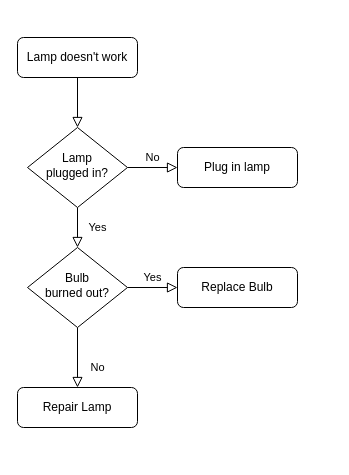
Above: bonefracture.drawio in gk201719nit/bruteforce-diagram (draw.io), before the change. Source tidied: cells renumbered, new cells numbered last; positions are measured from the earlier drawing's top-left corner, leaving out a move shared by most shapes. Both pictures are drawn from the tidied source at 100%, with x=0, y=0 at pixel (17, 37).
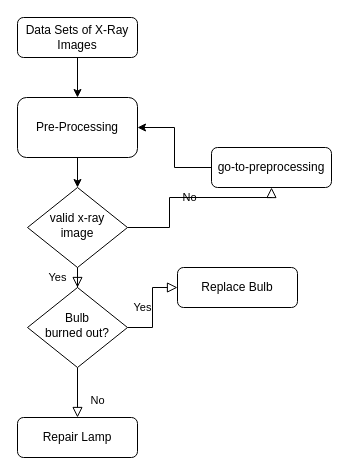
After the change.

The edit, as a diff of the source:
```diff
@@
 <mxGraphModel>
   <root>
     <mxCell id="0" />
     <mxCell id="1" parent="0" />
-    <mxCell id="2" style="rounded=0;html=1;jettySize=auto;fontSize=11;endArrow=block;endFill=0;endSize=8;strokeWidth=1;shadow=0;labelBackgroundColor=none;edgeStyle=orthogonalEdgeStyle;" parent="1" edge="1" source="3" target="6">
-      <mxGeometry relative="1" as="geometry" />
-    </mxCell>
+    <mxCell id="13" style="edgeStyle=orthogonalEdgeStyle;rounded=0;jettySize=auto;html=1;" parent="1" edge="1" source="3" target="16">
+      <mxGeometry relative="1" as="geometry" />
+    </mxCell>
-    <mxCell id="3" value="Lamp doesn't work" style="rounded=1;whiteSpace=wrap;html=1;fontSize=12;glass=0;strokeWidth=1;shadow=0;" parent="1" vertex="1">
-      <mxGeometry width="120" height="40" as="geometry" />
+    <mxCell id="3" value="Data Sets of X-Ray Images" style="rounded=1;whiteSpace=wrap;html=1;fontSize=12;glass=0;strokeWidth=1;shadow=0;" parent="1" vertex="1">
+      <mxGeometry y="-20" width="120" height="40" as="geometry" />
     </mxCell>
     <mxCell id="4" value="Yes" style="rounded=0;html=1;jettySize=auto;fontSize=11;endArrow=block;endFill=0;endSize=8;strokeWidth=1;shadow=0;labelBackgroundColor=none;edgeStyle=orthogonalEdgeStyle;" parent="1" edge="1" source="6" target="10">
       <mxGeometry y="20" relative="1" as="geometry" />
     </mxCell>
     <mxCell id="5" value="No" style="edgeStyle=orthogonalEdgeStyle;rounded=0;html=1;jettySize=auto;fontSize=11;endArrow=block;endFill=0;endSize=8;strokeWidth=1;shadow=0;labelBackgroundColor=none;" parent="1" edge="1" source="6" target="7">
-      <mxGeometry y="10" relative="1" as="geometry" />
+      <mxGeometry relative="1" as="geometry">
+        <Array as="points">
+          <mxPoint x="152" y="190" />
+          <mxPoint x="152" y="160" />
+          <mxPoint x="254" y="160" />
+        </Array>
+      </mxGeometry>
     </mxCell>
-    <mxCell id="6" value="Lamp&lt;br&gt;plugged in?" style="rhombus;whiteSpace=wrap;html=1;shadow=0;fontFamily=Helvetica;fontSize=12;align=center;strokeWidth=1;spacing=6;spacingTop=-4;" parent="1" vertex="1">
-      <mxGeometry x="10" y="90" width="100" height="80" as="geometry" />
+    <mxCell id="6" value="valid x-ray image" style="rhombus;whiteSpace=wrap;html=1;shadow=0;fontFamily=Helvetica;fontSize=12;align=center;strokeWidth=1;spacing=6;spacingTop=-4;" parent="1" vertex="1">
+      <mxGeometry x="10" y="150" width="100" height="80" as="geometry" />
     </mxCell>
+    <mxCell id="14" style="edgeStyle=orthogonalEdgeStyle;rounded=0;jettySize=auto;html=1;entryX=1;entryY=0.5;entryDx=0;entryDy=0;" parent="1" edge="1" source="7" target="16">
+      <mxGeometry relative="1" as="geometry" />
+    </mxCell>
-    <mxCell id="7" value="Plug in lamp" style="rounded=1;whiteSpace=wrap;html=1;fontSize=12;glass=0;strokeWidth=1;shadow=0;" parent="1" vertex="1">
-      <mxGeometry x="160" y="110" width="120" height="40" as="geometry" />
+    <mxCell id="7" value="go-to-preprocessing" style="rounded=1;whiteSpace=wrap;html=1;fontSize=12;glass=0;strokeWidth=1;shadow=0;" parent="1" vertex="1">
+      <mxGeometry x="194" y="110" width="120" height="40" as="geometry" />
     </mxCell>
     <mxCell id="8" value="No" style="rounded=0;html=1;jettySize=auto;fontSize=11;endArrow=block;endFill=0;endSize=8;strokeWidth=1;shadow=0;labelBackgroundColor=none;edgeStyle=orthogonalEdgeStyle;" parent="1" edge="1" source="10" target="11">
       <mxGeometry x="0.33" y="20" relative="1" as="geometry" />
     </mxCell>
     <mxCell id="9" value="Yes" style="edgeStyle=orthogonalEdgeStyle;rounded=0;html=1;jettySize=auto;fontSize=11;endArrow=block;endFill=0;endSize=8;strokeWidth=1;shadow=0;labelBackgroundColor=none;" parent="1" edge="1" source="10" target="12">
       <mxGeometry y="10" relative="1" as="geometry" />
     </mxCell>
     <mxCell id="10" value="Bulb&lt;br&gt;burned out?" style="rhombus;whiteSpace=wrap;html=1;shadow=0;fontFamily=Helvetica;fontSize=12;align=center;strokeWidth=1;spacing=6;spacingTop=-4;" parent="1" vertex="1">
-      <mxGeometry x="10" y="210" width="100" height="80" as="geometry" />
+      <mxGeometry x="10" y="250" width="100" height="80" as="geometry" />
     </mxCell>
     <mxCell id="11" value="Repair Lamp" style="rounded=1;whiteSpace=wrap;html=1;fontSize=12;glass=0;strokeWidth=1;shadow=0;" parent="1" vertex="1">
-      <mxGeometry y="350" width="120" height="40" as="geometry" />
+      <mxGeometry y="380" width="120" height="40" as="geometry" />
     </mxCell>
     <mxCell id="12" value="Replace Bulb" style="rounded=1;whiteSpace=wrap;html=1;fontSize=12;glass=0;strokeWidth=1;shadow=0;" parent="1" vertex="1">
       <mxGeometry x="160" y="230" width="120" height="40" as="geometry" />
     </mxCell>
+    <mxCell id="15" style="edgeStyle=orthogonalEdgeStyle;rounded=0;jettySize=auto;html=1;" parent="1" edge="1" source="16" target="6">
+      <mxGeometry relative="1" as="geometry" />
+    </mxCell>
+    <mxCell id="16" value="Pre-Processing" style="rounded=1;whiteSpace=wrap;html=1;" parent="1" vertex="1">
+      <mxGeometry y="60" width="120" height="60" as="geometry" />
+    </mxCell>
   </root>
 </mxGraphModel>
```
